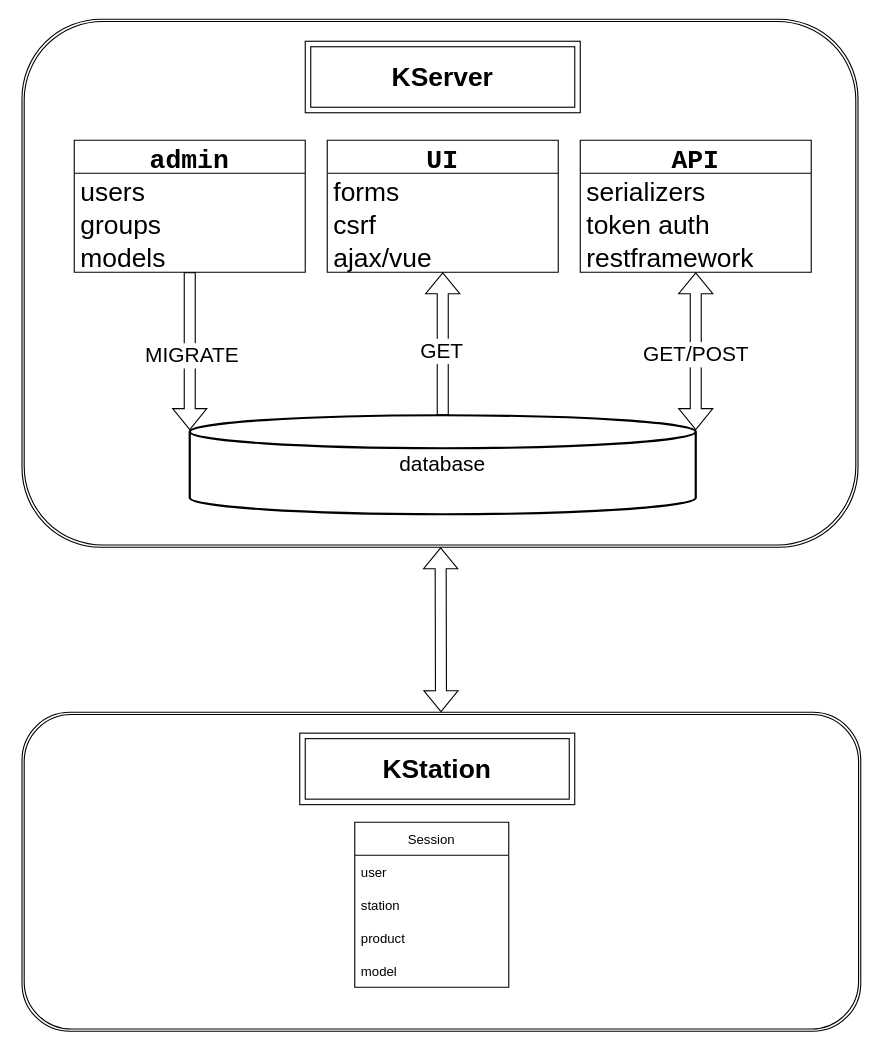
The draw.io diagram page "new" (2 of 3) of documentation/ktest.drawio in eldorbekpulatov/ktest, before the edit. Source tidied: cells renumbered, new cells numbered last; positions are measured from the earlier drawing's top-left corner, leaving out a move shared by most shapes. Both pictures are drawn from the tidied source at 110%, with x=0, y=0 at pixel (22, 19).
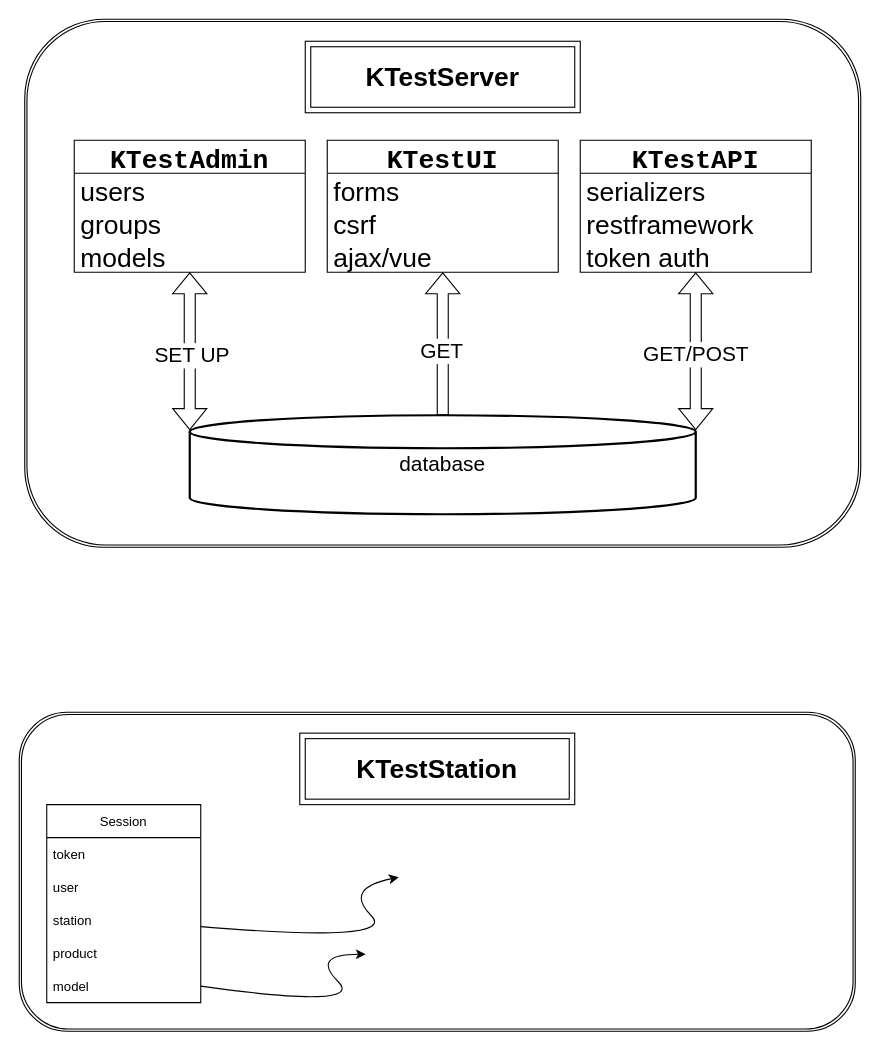
After the change.

Unchanged cells that the change refers to:
```xml
<mxCell id="3" value="&lt;font style=&quot;font-size: 19px&quot;&gt;database&lt;/font&gt;" style="strokeWidth=2;html=1;shape=mxgraph.flowchart.database;whiteSpace=wrap;" parent="1" vertex="1">
  <mxGeometry x="152" y="360" width="460" height="90" as="geometry" />
</mxCell>
```

Change to the diagram source:
```diff
@@
     <mxCell id="2" style="shape=ext;double=1;rounded=1;whiteSpace=wrap;html=1;" parent="1" vertex="1">
-      <mxGeometry x="-0.5" width="760" height="480" as="geometry" />
+      <mxGeometry x="2" width="760" height="480" as="geometry" />
     </mxCell>
@@
-    <mxCell id="6" style="shape=flexArrow;endArrow=classic;html=1;rounded=0;fontSize=19;entryX=0;entryY=0.15;entryDx=0;entryDy=0;entryPerimeter=0;startArrow=none;startFill=0;" parent="1" edge="1" source="11" target="3">
+    <mxCell id="6" style="shape=flexArrow;endArrow=classic;html=1;rounded=0;fontSize=19;entryX=0;entryY=0.15;entryDx=0;entryDy=0;entryPerimeter=0;startArrow=block;" parent="1" edge="1" source="11" target="3">
       <mxGeometry relative="1" as="geometry" />
     </mxCell>
-    <mxCell id="7" value="MIGRATE" style="edgeLabel;html=1;align=center;verticalAlign=middle;fontSize=19;" parent="6" vertex="1">
+    <mxCell id="7" value="SET UP" style="edgeLabel;html=1;align=center;verticalAlign=middle;fontSize=19;" parent="6" vertex="1">
       <mxGeometry x="0.04" y="1" relative="1" as="geometry" />
     </mxCell>
@@
-    <mxCell id="10" value="&lt;font size=&quot;1&quot;&gt;&lt;b style=&quot;font-size: 24px&quot;&gt;KServer&lt;/b&gt;&lt;/font&gt;" style="shape=ext;margin=3;double=1;whiteSpace=wrap;html=1;align=center;fontSize=19;" parent="1" vertex="1">
+    <mxCell id="10" value="&lt;font size=&quot;1&quot;&gt;&lt;b style=&quot;font-size: 24px&quot;&gt;KTestServer&lt;/b&gt;&lt;/font&gt;" style="shape=ext;margin=3;double=1;whiteSpace=wrap;html=1;align=center;fontSize=19;" parent="1" vertex="1">
       <mxGeometry x="257" y="20" width="250" height="65" as="geometry" />
     </mxCell>
-    <mxCell id="11" value="admin" style="swimlane;fontStyle=1;horizontal=1;startSize=30;fontSize=24;fontFamily=Courier New;" parent="1" vertex="1">
+    <mxCell id="11" value="KTestAdmin" style="swimlane;fontStyle=1;horizontal=1;startSize=30;fontSize=24;fontFamily=Courier New;" parent="1" vertex="1">
       <mxGeometry x="47" y="110" width="210" height="120" as="geometry" />
     </mxCell>
@@
-    <mxCell id="15" value="UI" style="swimlane;fontStyle=1;horizontal=1;startSize=30;fontSize=24;fontFamily=Courier New;" parent="1" vertex="1">
+    <mxCell id="15" value="KTestUI" style="swimlane;fontStyle=1;horizontal=1;startSize=30;fontSize=24;fontFamily=Courier New;" parent="1" vertex="1">
       <mxGeometry x="277" y="110" width="210" height="120" as="geometry" />
     </mxCell>
@@
-    <mxCell id="19" value="API" style="swimlane;fontStyle=1;horizontal=1;startSize=30;fontSize=24;fontFamily=Courier New;" parent="1" vertex="1">
+    <mxCell id="19" value="KTestAPI" style="swimlane;fontStyle=1;horizontal=1;startSize=30;fontSize=24;fontFamily=Courier New;" parent="1" vertex="1">
       <mxGeometry x="507" y="110" width="210" height="120" as="geometry" />
     </mxCell>
@@
+    <mxCell id="22" value="restframework" style="text;strokeColor=none;fillColor=none;align=left;verticalAlign=middle;spacingLeft=4;spacingRight=4;overflow=hidden;fontSize=24;" parent="19" vertex="1">
+      <mxGeometry y="60" width="210" height="30" as="geometry" />
+    </mxCell>
     <mxCell id="21" value="token auth" style="text;strokeColor=none;fillColor=none;align=left;verticalAlign=middle;spacingLeft=4;spacingRight=4;overflow=hidden;fontSize=24;" parent="19" vertex="1">
-      <mxGeometry y="60" width="210" height="30" as="geometry" />
+      <mxGeometry y="90" width="210" height="30" as="geometry" />
     </mxCell>
-    <mxCell id="22" value="restframework" style="text;strokeColor=none;fillColor=none;align=left;verticalAlign=middle;spacingLeft=4;spacingRight=4;overflow=hidden;fontSize=24;" parent="19" vertex="1">
-      <mxGeometry y="90" width="210" height="30" as="geometry" />
-    </mxCell>
     <mxCell id="23" style="shape=ext;double=1;rounded=1;whiteSpace=wrap;html=1;" parent="1" vertex="1">
-      <mxGeometry x="-0.5" y="630" width="762.5" height="290" as="geometry" />
+      <mxGeometry x="-3" y="630" width="760" height="290" as="geometry" />
     </mxCell>
-    <mxCell id="24" value="&lt;font size=&quot;1&quot;&gt;&lt;b style=&quot;font-size: 24px&quot;&gt;KStation&lt;/b&gt;&lt;/font&gt;" style="shape=ext;margin=3;double=1;whiteSpace=wrap;html=1;align=center;fontSize=19;" parent="1" vertex="1">
+    <mxCell id="24" value="&lt;font size=&quot;1&quot;&gt;&lt;b style=&quot;font-size: 24px&quot;&gt;KTestStation&lt;/b&gt;&lt;/font&gt;" style="shape=ext;margin=3;double=1;whiteSpace=wrap;html=1;align=center;fontSize=19;" parent="1" vertex="1">
       <mxGeometry x="252" y="649" width="250" height="65" as="geometry" />
     </mxCell>
     <mxCell id="25" value="Session" style="swimlane;fontStyle=0;horizontal=1;startSize=30;" parent="1" vertex="1">
-      <mxGeometry x="302" y="730" width="140" height="150" as="geometry" />
+      <mxGeometry x="22" y="714" width="140" height="180" as="geometry" />
     </mxCell>
+    <mxCell id="31" value="token" style="text;strokeColor=none;fillColor=none;align=left;verticalAlign=middle;spacingLeft=4;spacingRight=4;overflow=hidden;" parent="25" vertex="1">
+      <mxGeometry y="30" width="140" height="30" as="geometry" />
+    </mxCell>
     <mxCell id="26" value="user" style="text;strokeColor=none;fillColor=none;align=left;verticalAlign=middle;spacingLeft=4;spacingRight=4;overflow=hidden;" parent="25" vertex="1">
-      <mxGeometry y="30" width="140" height="30" as="geometry" />
+      <mxGeometry y="60" width="140" height="30" as="geometry" />
     </mxCell>
     <mxCell id="27" value="station" style="text;strokeColor=none;fillColor=none;align=left;verticalAlign=middle;spacingLeft=4;spacingRight=4;overflow=hidden;points=[[0,0.5],[1,0.5]];portConstraint=eastwest;" parent="25" vertex="1">
-      <mxGeometry y="60" width="140" height="30" as="geometry" />
+      <mxGeometry y="90" width="140" height="30" as="geometry" />
     </mxCell>
     <mxCell id="28" value="product" style="text;strokeColor=none;fillColor=none;align=left;verticalAlign=middle;spacingLeft=4;spacingRight=4;overflow=hidden;" parent="25" vertex="1">
-      <mxGeometry y="90" width="140" height="30" as="geometry" />
+      <mxGeometry y="120" width="140" height="30" as="geometry" />
     </mxCell>
     <mxCell id="29" value="model" style="text;strokeColor=none;fillColor=none;align=left;verticalAlign=middle;spacingLeft=4;spacingRight=4;overflow=hidden;points=[[0,0.5],[1,0.5]];portConstraint=eastwest;" parent="25" vertex="1">
-      <mxGeometry y="120" width="140" height="30" as="geometry" />
+      <mxGeometry y="150" width="140" height="30" as="geometry" />
     </mxCell>
-    <mxCell id="30" style="shape=flexArrow;endArrow=classic;startArrow=classic;html=1;rounded=0;" parent="1" edge="1" source="23" target="2">
-      <mxGeometry relative="1" as="geometry" />
-    </mxCell>
+    <mxCell id="32" style="curved=1;endArrow=classic;html=1;rounded=0;" parent="1" edge="1" source="27">
+      <mxGeometry relative="1" as="geometry">
+        <mxPoint x="342" y="780" as="targetPoint" />
+        <Array as="points">
+          <mxPoint x="342" y="840" />
+          <mxPoint x="292" y="790" />
+        </Array>
+      </mxGeometry>
+    </mxCell>
+    <mxCell id="33" style="curved=1;endArrow=classic;html=1;rounded=0;exitX=1;exitY=0.5;exitDx=0;exitDy=0;" parent="1" edge="1" source="29">
+      <mxGeometry relative="1" as="geometry">
+        <mxPoint x="312" y="850" as="targetPoint" />
+        <Array as="points">
+          <mxPoint x="312" y="900" />
+          <mxPoint x="262" y="850" />
+        </Array>
+      </mxGeometry>
+    </mxCell>
```
